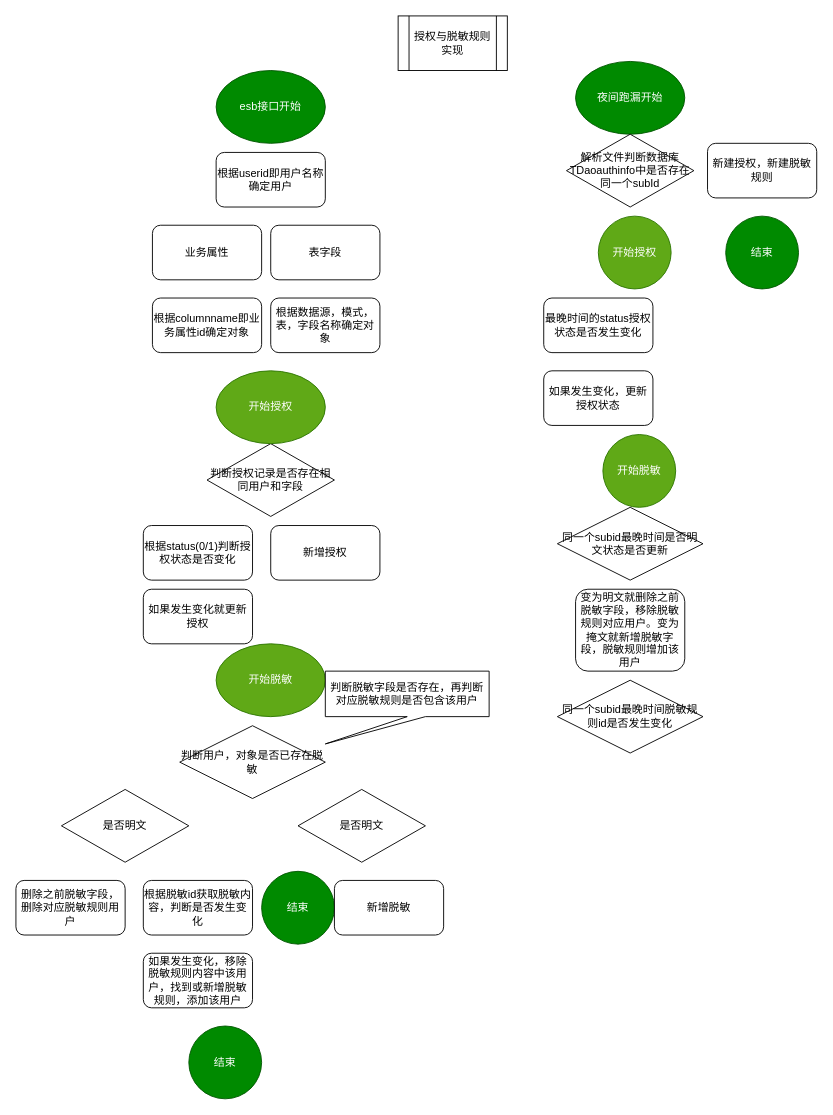
Earlier version of the draw.io diagram 未命名绘图.drawio (zp17762835004/e-commerce). Source tidied: cells renumbered, new cells numbered last; positions are measured from the earlier drawing's top-left corner, leaving out a move shared by most shapes. Both pictures are drawn from the tidied source at 91%, with x=0, y=0 at pixel (15, 15).
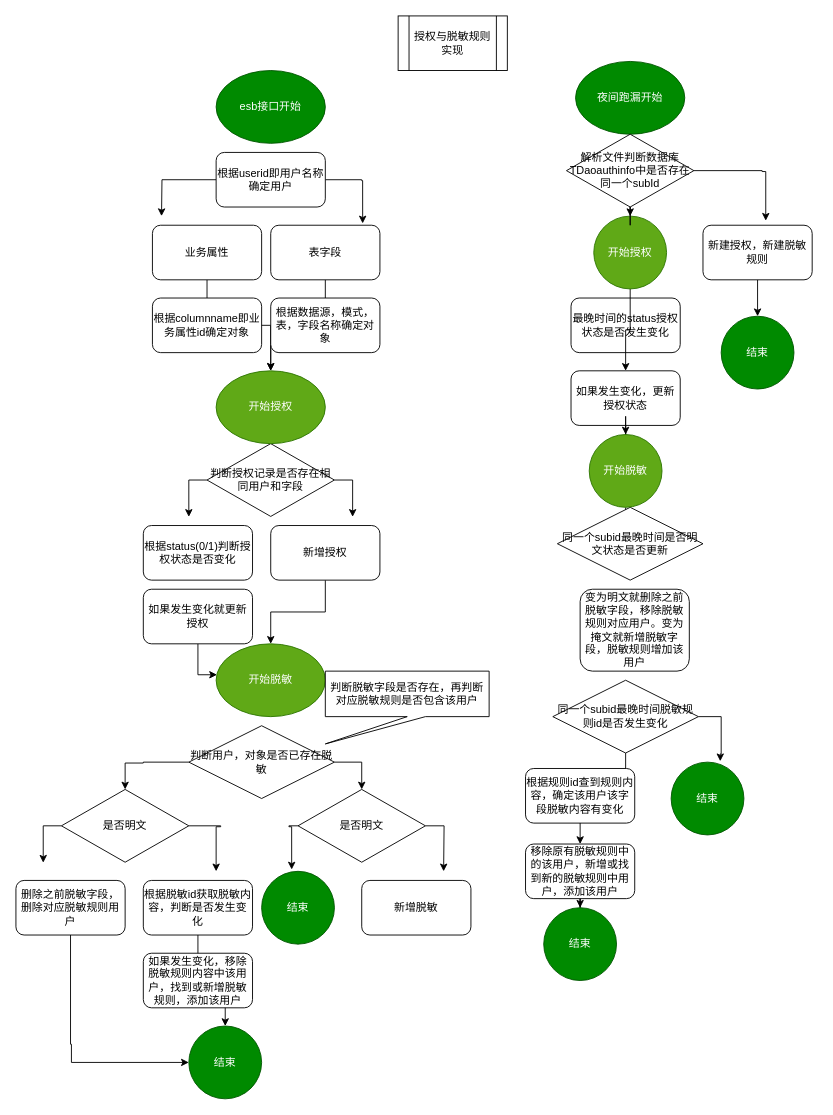
Above is the later version.

Commit message:
资产平台授权，脱敏实现绘图.drawio

The change refers to these unchanged cells:
```xml
<mxCell id="3" value="业务属性" style="rounded=1;whiteSpace=wrap;html=1;" parent="1" vertex="1">
  <mxGeometry x="150" y="230" width="120" height="60" as="geometry" />
</mxCell>
<mxCell id="6" value="表字段" style="rounded=1;whiteSpace=wrap;html=1;" parent="1" vertex="1">
  <mxGeometry x="280" y="230" width="120" height="60" as="geometry" />
</mxCell>
<mxCell id="8" value="根据userid即用户名称确定用户" style="rounded=1;whiteSpace=wrap;html=1;" parent="1" vertex="1">
  <mxGeometry x="220" y="150" width="120" height="60" as="geometry" />
</mxCell>
<mxCell id="10" value="判断授权记录是否存在相同用户和字段" style="rhombus;whiteSpace=wrap;html=1;" parent="1" vertex="1">
  <mxGeometry x="210" y="470" width="140" height="80" as="geometry" />
</mxCell>
<mxCell id="11" value="开始授权" style="ellipse;whiteSpace=wrap;html=1;fillColor=#60a917;fontColor=#ffffff;strokeColor=#2D7600;" parent="1" vertex="1">
  <mxGeometry x="220" y="390" width="120" height="80" as="geometry" />
</mxCell>
<mxCell id="13" value="新增授权" style="rounded=1;whiteSpace=wrap;html=1;" parent="1" vertex="1">
  <mxGeometry x="280" y="560" width="120" height="60" as="geometry" />
</mxCell>
<mxCell id="14" value="如果发生变化就更新授权" style="rounded=1;whiteSpace=wrap;html=1;" parent="1" vertex="1">
  <mxGeometry x="140" y="630" width="120" height="60" as="geometry" />
</mxCell>
<mxCell id="15" value="开始脱敏" style="ellipse;whiteSpace=wrap;html=1;fillColor=#60a917;fontColor=#ffffff;strokeColor=#2D7600;" parent="1" vertex="1">
  <mxGeometry x="220" y="690" width="120" height="80" as="geometry" />
</mxCell>
<mxCell id="17" value="根据脱敏id获取脱敏内容，判断是否发生变化" style="rounded=1;whiteSpace=wrap;html=1;" parent="1" vertex="1">
  <mxGeometry x="140" y="950" width="120" height="60" as="geometry" />
</mxCell>
<mxCell id="18" value="结束" style="ellipse;whiteSpace=wrap;html=1;fillColor=#008a00;fontColor=#ffffff;strokeColor=#005700;" parent="1" vertex="1">
  <mxGeometry x="270" y="940" width="80" height="80" as="geometry" />
</mxCell>
<mxCell id="25" value="是否明文" style="rhombus;whiteSpace=wrap;html=1;" parent="1" vertex="1">
  <mxGeometry x="50" y="850" width="140" height="80" as="geometry" />
</mxCell>
<mxCell id="26" value="是否明文" style="rhombus;whiteSpace=wrap;html=1;" parent="1" vertex="1">
  <mxGeometry x="310" y="850" width="140" height="80" as="geometry" />
</mxCell>
<mxCell id="27" value="删除之前脱敏字段，删除对应脱敏规则用户" style="rounded=1;whiteSpace=wrap;html=1;" parent="1" vertex="1">
  <mxGeometry y="950" width="120" height="60" as="geometry" />
</mxCell>
<mxCell id="32" value="同一个subid最晚时间是否明文状态是否更新" style="rhombus;whiteSpace=wrap;html=1;" parent="1" vertex="1">
  <mxGeometry x="595" y="540" width="160" height="80" as="geometry" />
</mxCell>
<mxCell id="33" value="解析文件判断数据库TDaoauthinfo中是否存在同一个subId" style="rhombus;whiteSpace=wrap;html=1;" parent="1" vertex="1">
  <mxGeometry x="605" y="130" width="140" height="80" as="geometry" />
</mxCell>
<mxCell id="34" value="结束" style="ellipse;whiteSpace=wrap;html=1;fillColor=#008a00;fontColor=#ffffff;strokeColor=#005700;" parent="1" vertex="1">
  <mxGeometry x="190" y="1110" width="80" height="80" as="geometry" />
</mxCell>
```

Diff of the diagram source:
```diff
@@
+    <mxCell id="36" style="edgeStyle=orthogonalEdgeStyle;rounded=0;jettySize=auto;html=1;" parent="1" edge="1" source="3" target="11">
+      <mxGeometry relative="1" as="geometry" />
+    </mxCell>
@@
+    <mxCell id="37" style="edgeStyle=orthogonalEdgeStyle;rounded=0;jettySize=auto;html=1;" parent="1" edge="1" source="6" target="11">
+      <mxGeometry relative="1" as="geometry" />
+    </mxCell>
@@
+    <mxCell id="38" style="edgeStyle=orthogonalEdgeStyle;rounded=0;jettySize=auto;html=1;entryX=0.842;entryY=-0.033;entryDx=0;entryDy=0;entryPerimeter=0;" parent="1" edge="1" source="8" target="6">
+      <mxGeometry relative="1" as="geometry">
+        <Array as="points">
+          <mxPoint x="380" y="180" />
+          <mxPoint x="380" y="181" />
+          <mxPoint x="381" y="181" />
+        </Array>
+      </mxGeometry>
+    </mxCell>
+    <mxCell id="39" style="edgeStyle=orthogonalEdgeStyle;rounded=0;jettySize=auto;html=1;" parent="1" edge="1" source="8">
+      <mxGeometry relative="1" as="geometry">
+        <mxPoint x="160" y="220" as="targetPoint" />
+      </mxGeometry>
+    </mxCell>
@@
+    <mxCell id="40" style="edgeStyle=orthogonalEdgeStyle;rounded=0;jettySize=auto;html=1;" parent="1" edge="1" source="10">
+      <mxGeometry relative="1" as="geometry">
+        <mxPoint x="190" y="550" as="targetPoint" />
+      </mxGeometry>
+    </mxCell>
+    <mxCell id="41" style="edgeStyle=orthogonalEdgeStyle;rounded=0;jettySize=auto;html=1;" parent="1" edge="1" source="10">
+      <mxGeometry relative="1" as="geometry">
+        <mxPoint x="370" y="550" as="targetPoint" />
+      </mxGeometry>
+    </mxCell>
@@
+    <mxCell id="42" style="edgeStyle=orthogonalEdgeStyle;rounded=0;jettySize=auto;html=1;" parent="1" edge="1" source="13" target="15">
+      <mxGeometry relative="1" as="geometry" />
+    </mxCell>
@@
+    <mxCell id="43" style="edgeStyle=orthogonalEdgeStyle;rounded=0;jettySize=auto;html=1;entryX=0.008;entryY=0.425;entryDx=0;entryDy=0;entryPerimeter=0;" parent="1" edge="1" source="14" target="15">
+      <mxGeometry relative="1" as="geometry" />
+    </mxCell>
@@
+    <mxCell id="44" style="edgeStyle=orthogonalEdgeStyle;rounded=0;jettySize=auto;html=1;entryX=0.5;entryY=0;entryDx=0;entryDy=0;" parent="1" edge="1" source="16" target="25">
+      <mxGeometry relative="1" as="geometry">
+        <Array as="points">
+          <mxPoint x="140" y="820" />
+          <mxPoint x="140" y="821" />
+          <mxPoint x="120" y="821" />
+        </Array>
+      </mxGeometry>
+    </mxCell>
+    <mxCell id="45" style="edgeStyle=orthogonalEdgeStyle;rounded=0;jettySize=auto;html=1;entryX=0.5;entryY=0;entryDx=0;entryDy=0;" parent="1" edge="1" source="16" target="26">
+      <mxGeometry relative="1" as="geometry">
+        <Array as="points">
+          <mxPoint x="380" y="820" />
+        </Array>
+      </mxGeometry>
+    </mxCell>
     <mxCell id="16" value="判断用户，对象是否已存在脱敏" style="rhombus;whiteSpace=wrap;html=1;" parent="1" vertex="1">
-      <mxGeometry x="180" y="780" width="160" height="80" as="geometry" />
+      <mxGeometry x="190" y="780" width="160" height="80" as="geometry" />
     </mxCell>
+    <mxCell id="46" style="edgeStyle=orthogonalEdgeStyle;rounded=0;jettySize=auto;html=1;" parent="1" edge="1" source="17" target="34">
+      <mxGeometry relative="1" as="geometry" />
+    </mxCell>
@@
     <mxCell id="19" value="新增脱敏" style="rounded=1;whiteSpace=wrap;html=1;" parent="1" vertex="1">
-      <mxGeometry x="350" y="950" width="120" height="60" as="geometry" />
+      <mxGeometry x="380" y="950" width="120" height="60" as="geometry" />
     </mxCell>
@@
     <mxCell id="21" value="最晚时间的status授权状态是否发生变化" style="rounded=1;whiteSpace=wrap;html=1;" parent="1" vertex="1">
-      <mxGeometry x="580" y="310" width="120" height="60" as="geometry" />
+      <mxGeometry x="610" y="310" width="120" height="60" as="geometry" />
     </mxCell>
+    <mxCell id="47" style="edgeStyle=orthogonalEdgeStyle;rounded=0;jettySize=auto;html=1;" parent="1" edge="1" source="22" target="23">
+      <mxGeometry relative="1" as="geometry" />
+    </mxCell>
     <mxCell id="22" value="新建授权，新建脱敏规则" style="rounded=1;whiteSpace=wrap;html=1;" parent="1" vertex="1">
-      <mxGeometry x="760" y="140" width="120" height="60" as="geometry" />
+      <mxGeometry x="755" y="230" width="120" height="60" as="geometry" />
     </mxCell>
     <mxCell id="23" value="结束" style="ellipse;whiteSpace=wrap;html=1;fillColor=#008a00;fontColor=#ffffff;strokeColor=#005700;" parent="1" vertex="1">
-      <mxGeometry x="780" y="220" width="80" height="80" as="geometry" />
+      <mxGeometry x="775" y="330" width="80" height="80" as="geometry" />
     </mxCell>
+    <mxCell id="48" style="edgeStyle=orthogonalEdgeStyle;rounded=0;jettySize=auto;html=1;" parent="1" edge="1" source="30" target="32">
+      <mxGeometry relative="1" as="geometry" />
+    </mxCell>
     <mxCell id="24" value="如果发生变化，更新授权状态" style="rounded=1;whiteSpace=wrap;html=1;" parent="1" vertex="1">
-      <mxGeometry x="580" y="390" width="120" height="60" as="geometry" />
+      <mxGeometry x="610" y="390" width="120" height="60" as="geometry" />
     </mxCell>
+    <mxCell id="49" style="edgeStyle=orthogonalEdgeStyle;rounded=0;jettySize=auto;html=1;" parent="1" edge="1" source="25">
+      <mxGeometry relative="1" as="geometry">
+        <mxPoint x="30" y="930" as="targetPoint" />
+      </mxGeometry>
+    </mxCell>
+    <mxCell id="50" style="edgeStyle=orthogonalEdgeStyle;rounded=0;jettySize=auto;html=1;" parent="1" edge="1" source="25">
+      <mxGeometry relative="1" as="geometry">
+        <mxPoint x="220" y="940" as="targetPoint" />
+        <Array as="points">
+          <mxPoint x="225" y="890" />
+          <mxPoint x="225" y="891" />
+        </Array>
+      </mxGeometry>
+    </mxCell>
@@
+    <mxCell id="51" style="edgeStyle=orthogonalEdgeStyle;rounded=0;jettySize=auto;html=1;entryX=0.413;entryY=-0.025;entryDx=0;entryDy=0;entryPerimeter=0;" parent="1" edge="1" source="26" target="18">
+      <mxGeometry relative="1" as="geometry">
+        <Array as="points">
+          <mxPoint x="300" y="890" />
+          <mxPoint x="300" y="891" />
+          <mxPoint x="303" y="891" />
+        </Array>
+      </mxGeometry>
+    </mxCell>
+    <mxCell id="52" style="edgeStyle=orthogonalEdgeStyle;rounded=0;jettySize=auto;html=1;" parent="1" edge="1" source="26">
+      <mxGeometry relative="1" as="geometry">
+        <mxPoint x="470" y="940" as="targetPoint" />
+      </mxGeometry>
+    </mxCell>
@@
+    <mxCell id="53" style="edgeStyle=orthogonalEdgeStyle;rounded=0;jettySize=auto;html=1;" parent="1" edge="1" source="27" target="34">
+      <mxGeometry relative="1" as="geometry">
+        <Array as="points">
+          <mxPoint x="60" y="1130" />
+          <mxPoint x="61" y="1130" />
+          <mxPoint x="61" y="1150" />
+        </Array>
+      </mxGeometry>
+    </mxCell>
@@
     <mxCell id="29" value="变为明文就删除之前脱敏字段，移除脱敏规则对应用户。变为掩文就新增脱敏字段，脱敏规则增加该用户" style="rounded=1;whiteSpace=wrap;html=1;" parent="1" vertex="1">
-      <mxGeometry x="615" y="630" width="120" height="90" as="geometry" />
+      <mxGeometry x="620" y="630" width="120" height="90" as="geometry" />
     </mxCell>
-    <mxCell id="30" value="开始脱敏" style="ellipse;whiteSpace=wrap;html=1;fillColor=#60a917;fontColor=#ffffff;strokeColor=#2D7600;" parent="1" vertex="1">
-      <mxGeometry x="645" y="460" width="80" height="80" as="geometry" />
-    </mxCell>
+    <mxCell id="54" style="edgeStyle=orthogonalEdgeStyle;rounded=0;jettySize=auto;html=1;" parent="1" edge="1" source="31" target="24">
+      <mxGeometry relative="1" as="geometry" />
+    </mxCell>
     <mxCell id="31" value="开始授权" style="ellipse;whiteSpace=wrap;html=1;fillColor=#60a917;fontColor=#ffffff;strokeColor=#2D7600;" parent="1" vertex="1">
-      <mxGeometry x="640" y="220" width="80" height="80" as="geometry" />
+      <mxGeometry x="635" y="220" width="80" height="80" as="geometry" />
     </mxCell>
@@
+    <mxCell id="55" style="edgeStyle=orthogonalEdgeStyle;rounded=0;jettySize=auto;html=1;" parent="1" edge="1" source="33" target="31">
+      <mxGeometry relative="1" as="geometry" />
+    </mxCell>
+    <mxCell id="56" style="edgeStyle=orthogonalEdgeStyle;rounded=0;jettySize=auto;html=1;entryX=0.575;entryY=-0.083;entryDx=0;entryDy=0;entryPerimeter=0;" parent="1" edge="1" source="33" target="22">
+      <mxGeometry relative="1" as="geometry">
+        <Array as="points">
+          <mxPoint x="820" y="170" />
+          <mxPoint x="820" y="171" />
+          <mxPoint x="824" y="171" />
+        </Array>
+      </mxGeometry>
+    </mxCell>
@@
+    <mxCell id="57" style="edgeStyle=orthogonalEdgeStyle;rounded=0;jettySize=auto;html=1;entryX=0.675;entryY=-0.012;entryDx=0;entryDy=0;entryPerimeter=0;" parent="1" edge="1" source="35" target="59">
+      <mxGeometry relative="1" as="geometry">
+        <Array as="points">
+          <mxPoint x="775" y="770" />
+          <mxPoint x="775" y="811" />
+          <mxPoint x="774" y="811" />
+        </Array>
+      </mxGeometry>
+    </mxCell>
+    <mxCell id="58" style="edgeStyle=orthogonalEdgeStyle;rounded=0;jettySize=auto;html=1;" parent="1" edge="1" source="35" target="62">
+      <mxGeometry relative="1" as="geometry" />
+    </mxCell>
     <mxCell id="35" value="同一个subid最晚时间脱敏规则id是否发生变化" style="rhombus;whiteSpace=wrap;html=1;" parent="1" vertex="1">
-      <mxGeometry x="595" y="730" width="160" height="80" as="geometry" />
+      <mxGeometry x="590" y="730" width="160" height="80" as="geometry" />
     </mxCell>
+    <mxCell id="59" value="结束" style="ellipse;whiteSpace=wrap;html=1;fillColor=#008a00;fontColor=#ffffff;strokeColor=#005700;" parent="1" vertex="1">
+      <mxGeometry x="720" y="820" width="80" height="80" as="geometry" />
+    </mxCell>
+    <mxCell id="60" value="根据规则id查到规则内容，确定该用户该字段脱敏内容有变化" style="rounded=1;whiteSpace=wrap;html=1;" parent="1" vertex="1">
+      <mxGeometry x="560" y="827" width="120" height="60" as="geometry" />
+    </mxCell>
+    <mxCell id="61" style="edgeStyle=orthogonalEdgeStyle;rounded=0;jettySize=auto;html=1;" parent="1" edge="1" source="62" target="63">
+      <mxGeometry relative="1" as="geometry" />
+    </mxCell>
+    <mxCell id="62" value="移除原有脱敏规则中的该用户，新增或找到新的脱敏规则中用户，添加该用户" style="rounded=1;whiteSpace=wrap;html=1;" parent="1" vertex="1">
+      <mxGeometry x="560" y="910" width="120" height="60" as="geometry" />
+    </mxCell>
+    <mxCell id="63" value="结束" style="ellipse;whiteSpace=wrap;html=1;fillColor=#008a00;fontColor=#ffffff;strokeColor=#005700;" parent="1" vertex="1">
+      <mxGeometry x="580" y="980" width="80" height="80" as="geometry" />
+    </mxCell>
+    <mxCell id="64" style="edgeStyle=orthogonalEdgeStyle;rounded=0;jettySize=auto;html=1;" parent="1" edge="1" source="24" target="30">
+      <mxGeometry relative="1" as="geometry" />
+    </mxCell>
+    <mxCell id="30" value="开始脱敏" style="ellipse;whiteSpace=wrap;html=1;fillColor=#60a917;fontColor=#ffffff;strokeColor=#2D7600;" parent="1" vertex="1">
+      <mxGeometry x="630" y="460" width="80" height="80" as="geometry" />
+    </mxCell>
```
